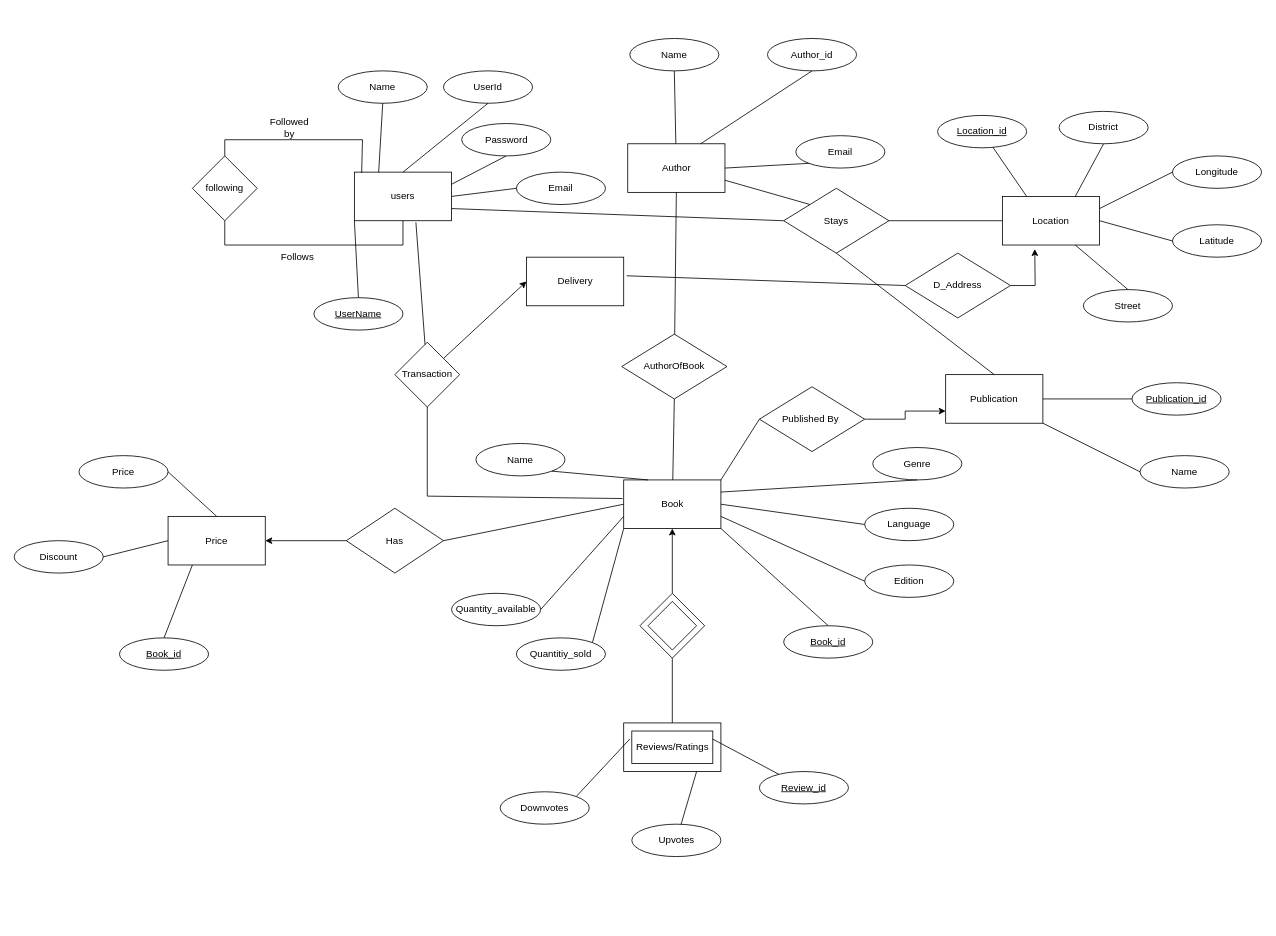
Asib27/BuyYourBook keeps this draw.io diagram as Untitled Diagram.drawio. Above is the earlier version. Source tidied: cells renumbered, new cells numbered last; positions are measured from the earlier drawing's top-left corner, leaving out a move shared by most shapes. Both pictures are drawn from the tidied source at 81%, with x=0, y=0 at pixel (14, 38).
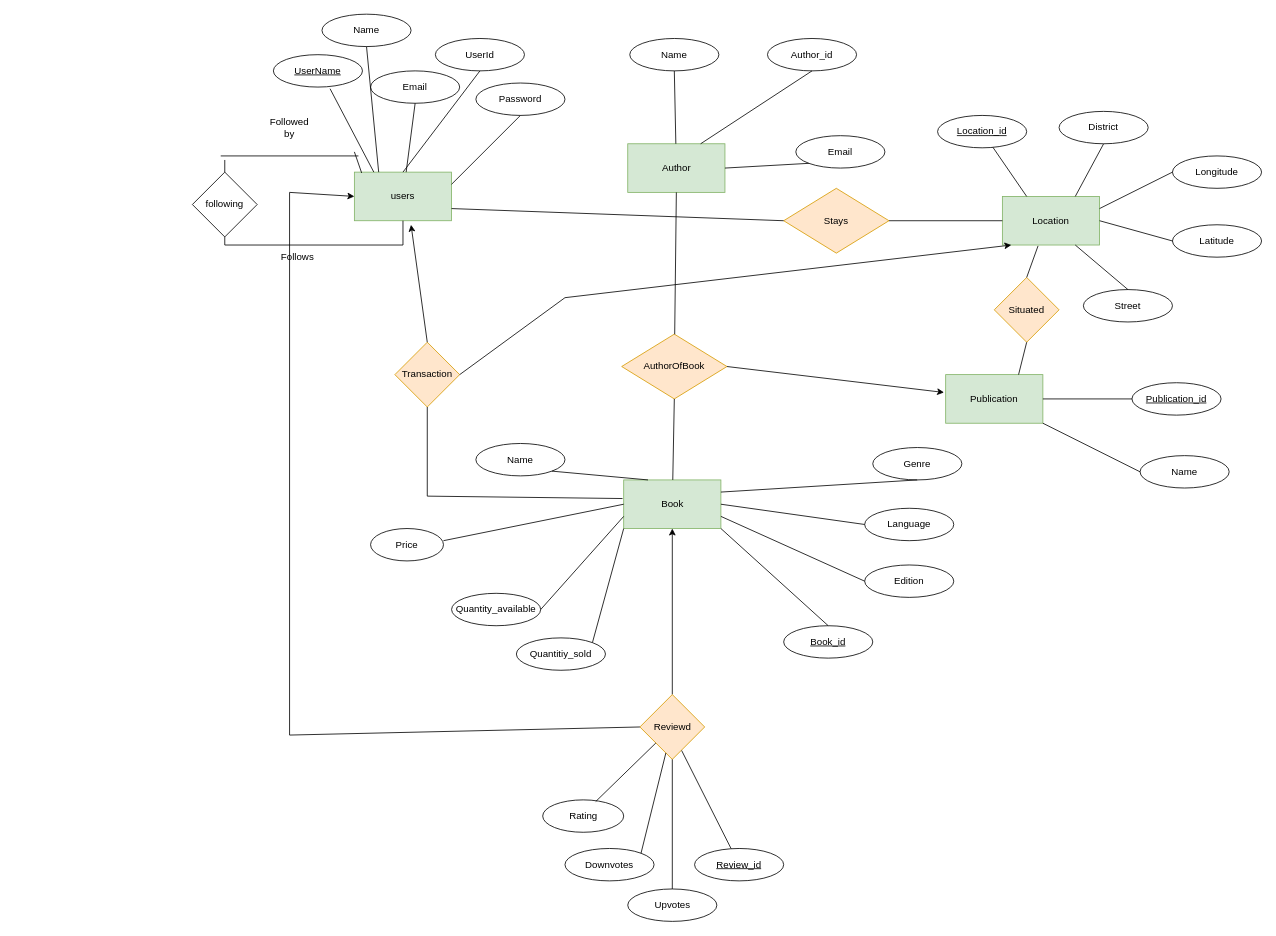
The same page after the edit.

Unchanged cells that the change refers to:
```xml
<mxCell id="30" value="Name" style="ellipse;whiteSpace=wrap;html=1;" parent="1" vertex="1">
  <mxGeometry x="1390" y="515" width="110" height="40" as="geometry" />
</mxCell>
```

The edit, as a diff of the source:
```diff
@@
-    <mxCell id="2" value="Book" style="rounded=0;whiteSpace=wrap;html=1;" parent="1" vertex="1">
+    <mxCell id="2" value="Book" style="rounded=0;whiteSpace=wrap;html=1;fillColor=#d5e8d4;strokeColor=#82b366;" parent="1" vertex="1">
       <mxGeometry x="752.5" y="545" width="120" height="60" as="geometry" />
     </mxCell>
-    <mxCell id="3" value="Publication" style="rounded=0;whiteSpace=wrap;html=1;" parent="1" vertex="1">
+    <mxCell id="3" value="Publication" style="rounded=0;whiteSpace=wrap;html=1;fillColor=#d5e8d4;strokeColor=#82b366;" parent="1" vertex="1">
       <mxGeometry x="1150" y="415" width="120" height="60" as="geometry" />
     </mxCell>
-    <mxCell id="4" value="users" style="rounded=0;whiteSpace=wrap;html=1;" parent="1" vertex="1">
+    <mxCell id="4" value="users" style="rounded=0;whiteSpace=wrap;html=1;fillColor=#d5e8d4;strokeColor=#82b366;" parent="1" vertex="1">
       <mxGeometry x="420" y="165" width="120" height="60" as="geometry" />
     </mxCell>
-    <mxCell id="5" value="Author" style="rounded=0;whiteSpace=wrap;html=1;" parent="1" vertex="1">
+    <mxCell id="5" value="Author" style="rounded=0;whiteSpace=wrap;html=1;fillColor=#d5e8d4;strokeColor=#82b366;" parent="1" vertex="1">
       <mxGeometry x="757.5" y="130" width="120" height="60" as="geometry" />
     </mxCell>
-    <mxCell id="6" value="Delivery" style="rounded=0;whiteSpace=wrap;html=1;" parent="1" vertex="1">
-      <mxGeometry x="632.5" y="270" width="120" height="60" as="geometry" />
-    </mxCell>
-    <mxCell id="7" value="AuthorOfBook" style="rhombus;whiteSpace=wrap;html=1;" parent="1" vertex="1">
+    <mxCell id="7" value="AuthorOfBook" style="rhombus;whiteSpace=wrap;html=1;fillColor=#ffe6cc;strokeColor=#d79b00;" parent="1" vertex="1">
       <mxGeometry x="750" y="365" width="130" height="80" as="geometry" />
     </mxCell>
@@
     <mxCell id="10" value="following" style="rhombus;whiteSpace=wrap;html=1;" parent="1" vertex="1">
-      <mxGeometry x="220" y="145" width="80" height="80" as="geometry" />
+      <mxGeometry x="220" y="165" width="80" height="80" as="geometry" />
     </mxCell>
@@
     <mxCell id="12" style="endArrow=none;html=1;rounded=0;" parent="1" edge="1">
       <mxGeometry relative="1" as="geometry">
-        <mxPoint x="260" y="125" as="sourcePoint" />
-        <mxPoint x="430" y="125" as="targetPoint" />
+        <mxPoint x="255" y="145" as="sourcePoint" />
+        <mxPoint x="425" y="145" as="targetPoint" />
       </mxGeometry>
     </mxCell>
     <mxCell id="13" style="endArrow=none;html=1;rounded=0;exitX=0.075;exitY=0.017;exitDx=0;exitDy=0;exitPerimeter=0;" parent="1" edge="1" source="4">
       <mxGeometry relative="1" as="geometry">
-        <mxPoint x="430" y="125" as="targetPoint" />
+        <mxPoint x="420" y="140" as="targetPoint" />
       </mxGeometry>
     </mxCell>
     <mxCell id="14" style="endArrow=none;html=1;rounded=0;" parent="1" edge="1" source="10">
       <mxGeometry relative="1" as="geometry">
-        <mxPoint x="260" y="125" as="targetPoint" />
+        <mxPoint x="260" y="150" as="targetPoint" />
       </mxGeometry>
     </mxCell>
@@
-    <mxCell id="17" value="Transaction" style="rhombus;whiteSpace=wrap;html=1;" parent="1" vertex="1">
+    <mxCell id="17" value="Transaction" style="rhombus;whiteSpace=wrap;html=1;fillColor=#ffe6cc;strokeColor=#d79b00;" parent="1" vertex="1">
       <mxGeometry x="470" y="375" width="80" height="80" as="geometry" />
     </mxCell>
-    <mxCell id="18" style="endArrow=none;html=1;rounded=0;exitX=0.633;exitY=1.033;exitDx=0;exitDy=0;exitPerimeter=0;" parent="1" edge="1" source="4" target="17">
-      <mxGeometry relative="1" as="geometry" />
-    </mxCell>
@@
-    <mxCell id="21" style="endArrow=classic;html=1;rounded=0;entryX=0;entryY=0.5;entryDx=0;entryDy=0;exitX=1;exitY=0;exitDx=0;exitDy=0;" parent="1" edge="1" source="17" target="6">
-      <mxGeometry relative="1" as="geometry" />
-    </mxCell>
-    <mxCell id="22" style="group;" parent="1" vertex="1">
-      <mxGeometry x="752.5" y="845" width="120" height="60" as="geometry" />
-    </mxCell>
-    <mxCell id="23" style="rounded=0;whiteSpace=wrap;html=1;" parent="22" vertex="1">
-      <mxGeometry width="120" height="60" as="geometry" />
-    </mxCell>
-    <mxCell id="24" value="Reviews/Ratings" style="rounded=0;whiteSpace=wrap;html=1;" parent="22" vertex="1">
-      <mxGeometry x="10" y="10" width="100" height="40" as="geometry" />
-    </mxCell>
-    <mxCell id="25" style="endArrow=none;html=1;rounded=0;exitX=0.5;exitY=1;exitDx=0;exitDy=0;entryX=0.5;entryY=0;entryDx=0;entryDy=0;" parent="1" edge="1" source="27" target="23">
-      <mxGeometry relative="1" as="geometry" />
-    </mxCell>
-    <mxCell id="26" style="group;" parent="1" vertex="1">
-      <mxGeometry x="772.5" y="685" width="80" height="80" as="geometry" />
-    </mxCell>
-    <mxCell id="27" style="rhombus;whiteSpace=wrap;html=1;" parent="26" vertex="1">
-      <mxGeometry width="80" height="80" as="geometry" />
-    </mxCell>
-    <mxCell id="28" style="rhombus;whiteSpace=wrap;html=1;" parent="26" vertex="1">
-      <mxGeometry x="10" y="10" width="60" height="60" as="geometry" />
-    </mxCell>
@@
     <mxCell id="49" value="Email" style="ellipse;whiteSpace=wrap;html=1;" parent="1" vertex="1">
-      <mxGeometry x="620" y="165" width="110" height="40" as="geometry" />
+      <mxGeometry x="440" y="40" width="110" height="40" as="geometry" />
     </mxCell>
@@
     <mxCell id="52" value="&lt;u&gt;UserName&lt;/u&gt;" style="ellipse;whiteSpace=wrap;html=1;" parent="1" vertex="1">
-      <mxGeometry x="370" y="320" width="110" height="40" as="geometry" />
+      <mxGeometry x="320" y="20" width="110" height="40" as="geometry" />
     </mxCell>
     <mxCell id="53" value="Password" style="ellipse;whiteSpace=wrap;html=1;" parent="1" vertex="1">
-      <mxGeometry x="552.5" y="105" width="110" height="40" as="geometry" />
+      <mxGeometry x="570" y="55" width="110" height="40" as="geometry" />
     </mxCell>
     <mxCell id="54" value="Name" style="ellipse;whiteSpace=wrap;html=1;" parent="1" vertex="1">
-      <mxGeometry x="400" y="40" width="110" height="40" as="geometry" />
+      <mxGeometry x="380" y="-30" width="110" height="40" as="geometry" />
     </mxCell>
     <mxCell id="55" value="UserId" style="ellipse;whiteSpace=wrap;html=1;" parent="1" vertex="1">
-      <mxGeometry x="530" y="40" width="110" height="40" as="geometry" />
+      <mxGeometry x="520" width="110" height="40" as="geometry" />
     </mxCell>
-    <mxCell id="56" style="endArrow=none;html=1;rounded=0;exitX=0.5;exitY=0;exitDx=0;exitDy=0;entryX=0;entryY=1;entryDx=0;entryDy=0;" parent="1" edge="1" source="52" target="4">
+    <mxCell id="56" style="endArrow=none;html=1;rounded=0;exitX=0.636;exitY=1.05;exitDx=0;exitDy=0;exitPerimeter=0;entryX=0.2;entryY=0;entryDx=0;entryDy=0;entryPerimeter=0;" parent="1" edge="1" source="52" target="4">
       <mxGeometry relative="1" as="geometry" />
     </mxCell>
@@
-    <mxCell id="58" style="endArrow=none;html=1;rounded=0;exitX=1;exitY=0.5;exitDx=0;exitDy=0;entryX=0;entryY=0.5;entryDx=0;entryDy=0;" parent="1" edge="1" source="4" target="49">
+    <mxCell id="58" style="endArrow=none;html=1;rounded=0;entryX=0.5;entryY=1;entryDx=0;entryDy=0;" parent="1" edge="1" source="4" target="49">
       <mxGeometry relative="1" as="geometry" />
     </mxCell>
@@
-    <mxCell id="64" value="Location" style="rounded=0;whiteSpace=wrap;html=1;" parent="1" vertex="1">
+    <mxCell id="64" value="Location" style="rounded=0;whiteSpace=wrap;html=1;fillColor=#d5e8d4;strokeColor=#82b366;" parent="1" vertex="1">
       <mxGeometry x="1220" y="195" width="120" height="60" as="geometry" />
     </mxCell>
@@
+    <mxCell id="87" style="endArrow=none;html=1;rounded=0;entryX=0;entryY=0.5;entryDx=0;entryDy=0;exitX=0;exitY=0.5;exitDx=0;exitDy=0;" parent="1" edge="1" target="2">
+      <mxGeometry relative="1" as="geometry">
+        <mxPoint x="530" y="620" as="sourcePoint" />
+      </mxGeometry>
+    </mxCell>
+    <mxCell id="94" style="edgeStyle=orthogonalEdgeStyle;rounded=0;orthogonalLoop=1;jettySize=auto;html=1;exitX=1;exitY=0.5;exitDx=0;exitDy=0;entryX=1;entryY=0.5;entryDx=0;entryDy=0;" parent="1" edge="1" source="95" target="95">
+      <mxGeometry relative="1" as="geometry" />
+    </mxCell>
+    <mxCell id="95" value="Stays" style="rhombus;whiteSpace=wrap;html=1;fillColor=#ffe6cc;strokeColor=#d79b00;" parent="1" vertex="1">
+      <mxGeometry x="950" y="185" width="130" height="80" as="geometry" />
+    </mxCell>
+    <mxCell id="96" style="endArrow=none;html=1;rounded=0;entryX=0;entryY=0.5;entryDx=0;entryDy=0;exitX=1;exitY=0.75;exitDx=0;exitDy=0;" parent="1" edge="1" source="4" target="95">
+      <mxGeometry relative="1" as="geometry" />
+    </mxCell>
+    <mxCell id="98" style="endArrow=none;html=1;rounded=0;entryX=0;entryY=0.5;entryDx=0;entryDy=0;exitX=1;exitY=0.5;exitDx=0;exitDy=0;" parent="1" edge="1" source="95" target="64">
+      <mxGeometry relative="1" as="geometry" />
+    </mxCell>
+    <mxCell id="103" style="edgeStyle=orthogonalEdgeStyle;rounded=0;orthogonalLoop=1;jettySize=auto;html=1;exitX=0.5;exitY=1;exitDx=0;exitDy=0;" parent="1" edge="1" source="30" target="30">
+      <mxGeometry relative="1" as="geometry" />
+    </mxCell>
+    <mxCell id="104" style="endArrow=classic;html=1;rounded=0;entryX=0.092;entryY=1;entryDx=0;entryDy=0;entryPerimeter=0;" parent="1" edge="1" target="64">
+      <mxGeometry relative="1" as="geometry">
+        <mxPoint x="680" y="320" as="sourcePoint" />
+      </mxGeometry>
+    </mxCell>
+    <mxCell id="105" style="endArrow=none;html=1;rounded=0;exitX=1;exitY=0.5;exitDx=0;exitDy=0;" parent="1" edge="1" source="17">
+      <mxGeometry relative="1" as="geometry">
+        <mxPoint x="680" y="320" as="targetPoint" />
+      </mxGeometry>
+    </mxCell>
+    <mxCell id="106" value="Situated" style="rhombus;whiteSpace=wrap;html=1;fillColor=#ffe6cc;strokeColor=#d79b00;" parent="1" vertex="1">
+      <mxGeometry x="1210" y="295" width="80" height="80" as="geometry" />
+    </mxCell>
+    <mxCell id="107" style="endArrow=none;html=1;rounded=0;entryX=0.5;entryY=1;entryDx=0;entryDy=0;exitX=0.75;exitY=0;exitDx=0;exitDy=0;" parent="1" edge="1" source="3" target="106">
+      <mxGeometry relative="1" as="geometry" />
+    </mxCell>
+    <mxCell id="108" style="endArrow=none;html=1;rounded=0;entryX=0.367;entryY=1.017;entryDx=0;entryDy=0;entryPerimeter=0;exitX=0.5;exitY=0;exitDx=0;exitDy=0;" parent="1" edge="1" source="106" target="64">
+      <mxGeometry relative="1" as="geometry" />
+    </mxCell>
+    <mxCell id="89" value="Price" style="ellipse;whiteSpace=wrap;html=1;" parent="1" vertex="1">
+      <mxGeometry x="440" y="605" width="90" height="40" as="geometry" />
+    </mxCell>
+    <mxCell id="109" style="endArrow=classic;html=1;rounded=0;entryX=0.583;entryY=1.083;entryDx=0;entryDy=0;entryPerimeter=0;exitX=0.5;exitY=0;exitDx=0;exitDy=0;" parent="1" edge="1" source="17" target="4">
+      <mxGeometry relative="1" as="geometry" />
+    </mxCell>
+    <mxCell id="110" style="endArrow=classic;html=1;rounded=0;entryX=-0.017;entryY=0.367;entryDx=0;entryDy=0;entryPerimeter=0;exitX=1;exitY=0.5;exitDx=0;exitDy=0;" parent="1" edge="1" source="7" target="3">
+      <mxGeometry relative="1" as="geometry" />
+    </mxCell>
+    <mxCell id="111" style="endArrow=none;html=1;rounded=0;" parent="1" edge="1">
+      <mxGeometry relative="1" as="geometry">
+        <mxPoint x="340" y="860" as="sourcePoint" />
+        <mxPoint x="340" y="190" as="targetPoint" />
+      </mxGeometry>
+    </mxCell>
+    <mxCell id="112" style="endArrow=classic;html=1;rounded=0;entryX=0;entryY=0.5;entryDx=0;entryDy=0;" parent="1" edge="1" target="4">
+      <mxGeometry relative="1" as="geometry">
+        <mxPoint x="340" y="190" as="sourcePoint" />
+      </mxGeometry>
+    </mxCell>
+    <mxCell id="27" value="Reviewd" style="rhombus;whiteSpace=wrap;html=1;fillColor=#ffe6cc;strokeColor=#d79b00;" parent="1" vertex="1">
+      <mxGeometry x="772.5" y="810" width="80" height="80" as="geometry" />
+    </mxCell>
+    <mxCell id="113" style="endArrow=none;html=1;rounded=0;entryX=0;entryY=0.5;entryDx=0;entryDy=0;" parent="1" edge="1" target="27">
+      <mxGeometry relative="1" as="geometry">
+        <mxPoint x="340" y="860" as="sourcePoint" />
+      </mxGeometry>
+    </mxCell>
     <mxCell id="75" value="&lt;u&gt;Review_id&lt;/u&gt;" style="ellipse;whiteSpace=wrap;html=1;" parent="1" vertex="1">
-      <mxGeometry x="920" y="905" width="110" height="40" as="geometry" />
+      <mxGeometry x="840" y="1000" width="110" height="40" as="geometry" />
     </mxCell>
     <mxCell id="76" value="Downvotes" style="ellipse;whiteSpace=wrap;html=1;" parent="1" vertex="1">
-      <mxGeometry x="600" y="930" width="110" height="40" as="geometry" />
+      <mxGeometry x="680" y="1000" width="110" height="40" as="geometry" />
     </mxCell>
     <mxCell id="77" value="Upvotes" style="ellipse;whiteSpace=wrap;html=1;" parent="1" vertex="1">
-      <mxGeometry x="762.5" y="970" width="110" height="40" as="geometry" />
+      <mxGeometry x="757.5" y="1050" width="110" height="40" as="geometry" />
     </mxCell>
-    <mxCell id="78" style="edgeStyle=orthogonalEdgeStyle;rounded=0;jettySize=auto;html=1;exitX=0;exitY=0.5;exitDx=0;exitDy=0;entryX=0;entryY=0.75;entryDx=0;entryDy=0;" parent="1" edge="1" source="79" target="3">
-      <mxGeometry relative="1" as="geometry" />
-    </mxCell>
-    <mxCell id="79" value="Published By&amp;nbsp;" style="rhombus;whiteSpace=wrap;html=1;direction=west;" parent="1" vertex="1">
-      <mxGeometry x="920" y="430" width="130" height="80" as="geometry" />
-    </mxCell>
-    <mxCell id="80" style="endArrow=none;html=1;rounded=0;entryX=1;entryY=0.5;entryDx=0;entryDy=0;exitX=1;exitY=0;exitDx=0;exitDy=0;" parent="1" edge="1" source="2" target="79">
-      <mxGeometry relative="1" as="geometry" />
-    </mxCell>
-    <mxCell id="81" style="endArrow=none;html=1;rounded=0;entryX=1;entryY=0.25;entryDx=0;entryDy=0;" parent="1" edge="1" source="75" target="24">
+    <mxCell id="81" style="endArrow=none;html=1;rounded=0;entryX=0.644;entryY=0.863;entryDx=0;entryDy=0;entryPerimeter=0;" parent="1" edge="1" source="75" target="27">
       <mxGeometry relative="1" as="geometry" />
     </mxCell>
-    <mxCell id="82" style="endArrow=none;html=1;rounded=0;entryX=0.75;entryY=1;entryDx=0;entryDy=0;" parent="1" edge="1" source="77" target="23">
+    <mxCell id="82" style="endArrow=none;html=1;rounded=0;entryX=0.5;entryY=1;entryDx=0;entryDy=0;" parent="1" edge="1" source="77" target="27">
       <mxGeometry relative="1" as="geometry" />
     </mxCell>
-    <mxCell id="83" style="endArrow=none;html=1;rounded=0;entryX=0.063;entryY=0.331;entryDx=0;entryDy=0;entryPerimeter=0;exitX=1;exitY=0;exitDx=0;exitDy=0;" parent="1" edge="1" source="76" target="23">
+    <mxCell id="83" style="endArrow=none;html=1;rounded=0;exitX=1;exitY=0;exitDx=0;exitDy=0;" parent="1" edge="1" source="76" target="27">
       <mxGeometry relative="1" as="geometry" />
     </mxCell>
-    <mxCell id="84" value="Price" style="rounded=0;whiteSpace=wrap;html=1;" parent="1" vertex="1">
-      <mxGeometry x="190" y="590" width="120" height="60" as="geometry" />
-    </mxCell>
-    <mxCell id="85" style="edgeStyle=orthogonalEdgeStyle;rounded=0;jettySize=auto;html=1;entryX=1;entryY=0.5;entryDx=0;entryDy=0;" parent="1" edge="1" source="86" target="84">
-      <mxGeometry relative="1" as="geometry" />
-    </mxCell>
-    <mxCell id="86" value="Has" style="rhombus;whiteSpace=wrap;html=1;direction=west;" parent="1" vertex="1">
-      <mxGeometry x="410" y="580" width="120" height="80" as="geometry" />
-    </mxCell>
-    <mxCell id="87" style="endArrow=none;html=1;rounded=0;entryX=0;entryY=0.5;entryDx=0;entryDy=0;exitX=0;exitY=0.5;exitDx=0;exitDy=0;" parent="1" edge="1" source="86" target="2">
-      <mxGeometry relative="1" as="geometry" />
-    </mxCell>
-    <mxCell id="88" value="&lt;u&gt;Book_id&lt;/u&gt;" style="ellipse;whiteSpace=wrap;html=1;" parent="1" vertex="1">
-      <mxGeometry x="130" y="740" width="110" height="40" as="geometry" />
-    </mxCell>
-    <mxCell id="89" value="Price" style="ellipse;whiteSpace=wrap;html=1;" parent="1" vertex="1">
-      <mxGeometry x="80" y="515" width="110" height="40" as="geometry" />
-    </mxCell>
-    <mxCell id="90" value="Discount" style="ellipse;whiteSpace=wrap;html=1;" parent="1" vertex="1">
-      <mxGeometry y="620" width="110" height="40" as="geometry" />
-    </mxCell>
-    <mxCell id="91" style="endArrow=none;html=1;rounded=0;entryX=0.5;entryY=0;entryDx=0;entryDy=0;exitX=1;exitY=0.5;exitDx=0;exitDy=0;" parent="1" edge="1" source="89" target="84">
-      <mxGeometry relative="1" as="geometry" />
-    </mxCell>
-    <mxCell id="92" style="endArrow=none;html=1;rounded=0;entryX=0;entryY=0.5;entryDx=0;entryDy=0;exitX=1;exitY=0.5;exitDx=0;exitDy=0;exitPerimeter=0;" parent="1" edge="1" source="90" target="84">
-      <mxGeometry relative="1" as="geometry" />
-    </mxCell>
-    <mxCell id="93" style="endArrow=none;html=1;rounded=0;entryX=0.5;entryY=0;entryDx=0;entryDy=0;exitX=0.25;exitY=1;exitDx=0;exitDy=0;" parent="1" edge="1" source="84" target="88">
-      <mxGeometry relative="1" as="geometry" />
-    </mxCell>
-    <mxCell id="94" style="edgeStyle=orthogonalEdgeStyle;rounded=0;orthogonalLoop=1;jettySize=auto;html=1;exitX=1;exitY=0.5;exitDx=0;exitDy=0;entryX=1;entryY=0.5;entryDx=0;entryDy=0;" parent="1" edge="1" source="95" target="95">
-      <mxGeometry relative="1" as="geometry" />
-    </mxCell>
-    <mxCell id="95" value="Stays" style="rhombus;whiteSpace=wrap;html=1;" parent="1" vertex="1">
-      <mxGeometry x="950" y="185" width="130" height="80" as="geometry" />
-    </mxCell>
-    <mxCell id="96" style="endArrow=none;html=1;rounded=0;entryX=0;entryY=0.5;entryDx=0;entryDy=0;exitX=1;exitY=0.75;exitDx=0;exitDy=0;" parent="1" edge="1" source="4" target="95">
-      <mxGeometry relative="1" as="geometry" />
-    </mxCell>
-    <mxCell id="97" style="endArrow=none;html=1;rounded=0;entryX=0;entryY=0;entryDx=0;entryDy=0;exitX=1;exitY=0.75;exitDx=0;exitDy=0;" parent="1" edge="1" source="5" target="95">
-      <mxGeometry relative="1" as="geometry" />
-    </mxCell>
-    <mxCell id="98" style="endArrow=none;html=1;rounded=0;entryX=0;entryY=0.5;entryDx=0;entryDy=0;exitX=1;exitY=0.5;exitDx=0;exitDy=0;" parent="1" edge="1" source="95" target="64">
-      <mxGeometry relative="1" as="geometry" />
-    </mxCell>
-    <mxCell id="99" style="endArrow=none;html=1;rounded=0;entryX=0.5;entryY=0;entryDx=0;entryDy=0;exitX=0.5;exitY=1;exitDx=0;exitDy=0;" parent="1" edge="1" source="95" target="3">
-      <mxGeometry relative="1" as="geometry" />
-    </mxCell>
-    <mxCell id="100" style="edgeStyle=orthogonalEdgeStyle;rounded=0;jettySize=auto;html=1;exitX=0;exitY=0.5;exitDx=0;exitDy=0;" parent="1" edge="1" source="101">
-      <mxGeometry relative="1" as="geometry">
-        <mxPoint x="1260" y="260" as="targetPoint" />
-      </mxGeometry>
-    </mxCell>
-    <mxCell id="101" value="D_Address" style="rhombus;whiteSpace=wrap;html=1;direction=west;" parent="1" vertex="1">
-      <mxGeometry x="1100" y="265" width="130" height="80" as="geometry" />
-    </mxCell>
-    <mxCell id="102" style="endArrow=none;html=1;rounded=0;entryX=1;entryY=0.5;entryDx=0;entryDy=0;exitX=1.03;exitY=0.383;exitDx=0;exitDy=0;exitPerimeter=0;" parent="1" edge="1" source="6" target="101">
-      <mxGeometry relative="1" as="geometry" />
-    </mxCell>
-    <mxCell id="103" style="edgeStyle=orthogonalEdgeStyle;rounded=0;orthogonalLoop=1;jettySize=auto;html=1;exitX=0.5;exitY=1;exitDx=0;exitDy=0;" parent="1" edge="1" source="30" target="30">
-      <mxGeometry relative="1" as="geometry" />
-    </mxCell>
+    <mxCell id="114" value="Rating" style="ellipse;whiteSpace=wrap;html=1;" parent="1" vertex="1">
+      <mxGeometry x="652.5" y="940" width="100" height="40" as="geometry" />
+    </mxCell>
+    <mxCell id="115" style="endArrow=none;html=1;rounded=0;exitX=0.655;exitY=0.05;exitDx=0;exitDy=0;exitPerimeter=0;" parent="1" edge="1" source="114" target="27">
+      <mxGeometry relative="1" as="geometry" />
+    </mxCell>
```
